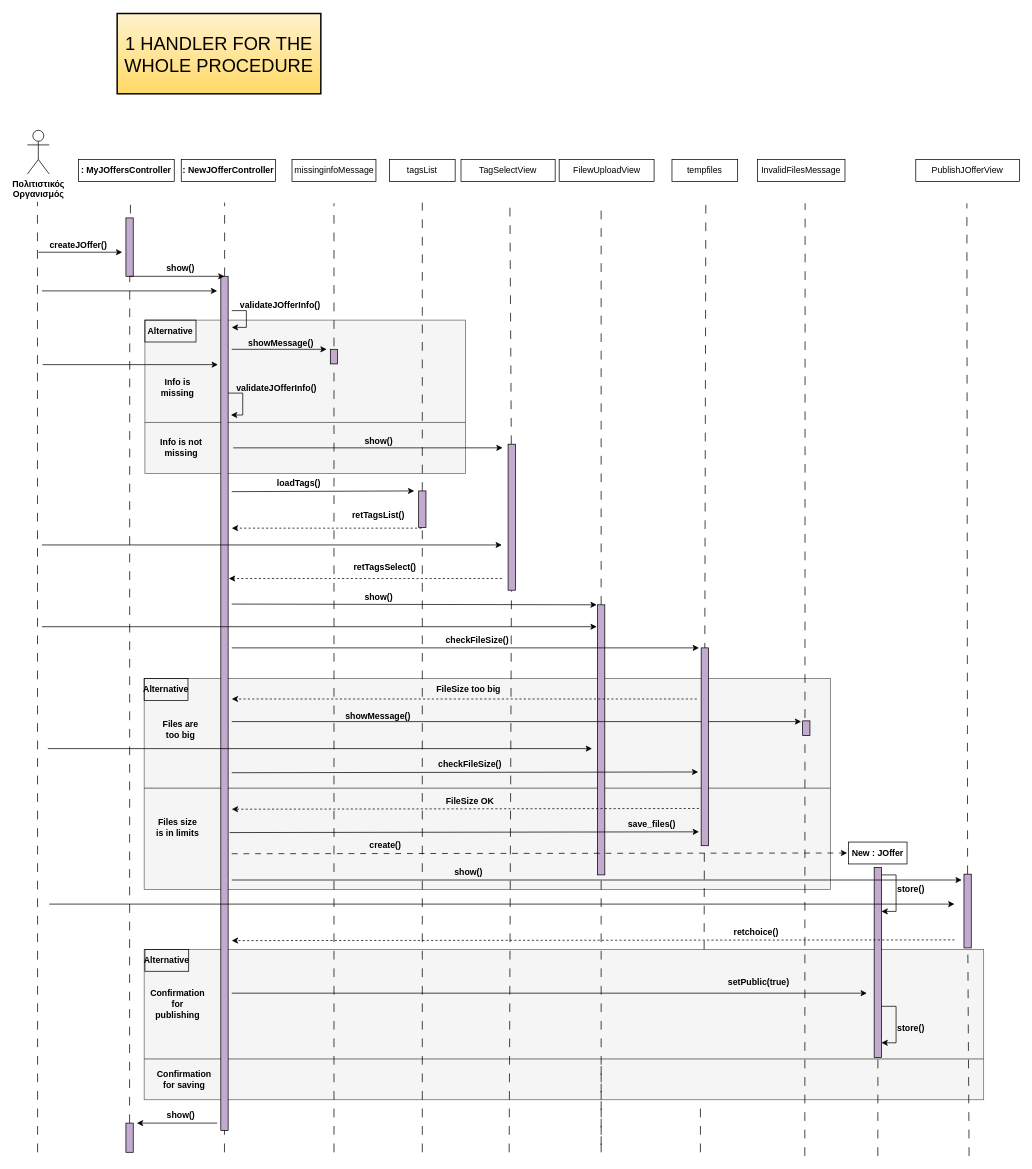
sfikastheo/CEID-SoftwareEngineering-2023 keeps this draw.io diagram as page "Page-2" (2 of 2) of Phase-5/TempFiles/Diagrams/JobOffers_Sequence_v1.drawio. Above is the earlier version. Source tidied: cells renumbered, new cells numbered last; positions are measured from the earlier drawing's top-left corner, leaving out a move shared by most shapes. Both pictures are drawn from the tidied source at 73%, with x=0, y=0 at pixel (27, 13).
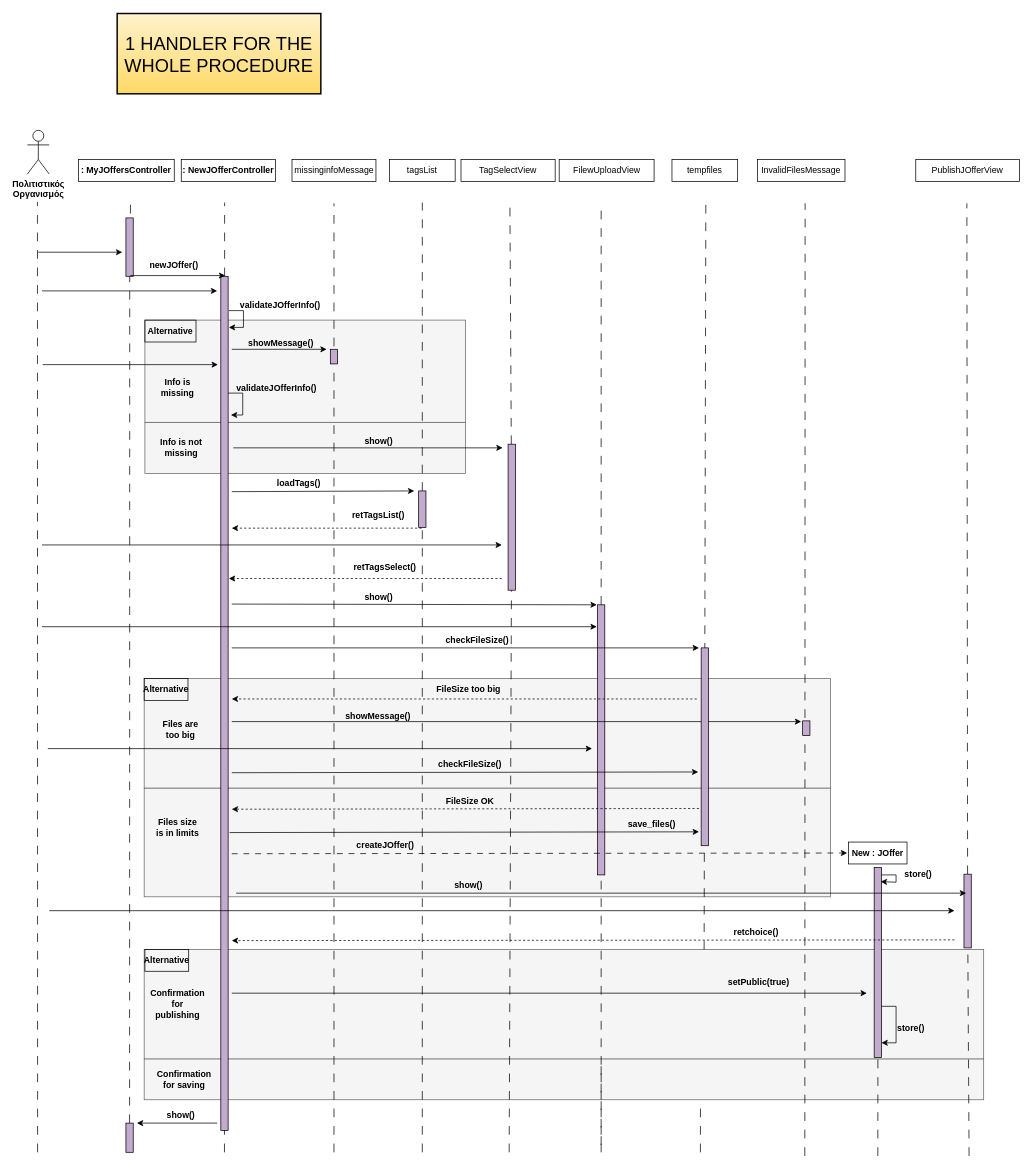
The same page after the edit.

The change refers to these unchanged cells:
```xml
<mxCell id="29" style="rounded=0;whiteSpace=wrap;html=1;fillColor=#C3ABD0;strokeColor=#000000;" parent="1" vertex="1">
  <mxGeometry x="1160" y="1170" width="10" height="260" as="geometry" />
</mxCell>
```

Diff of the diagram source:
```diff
@@
     <mxCell id="2" style="rounded=0;whiteSpace=wrap;html=1;fillColor=#f5f5f5;fontColor=#333333;strokeColor=#666666;" parent="1" vertex="1">
-      <mxGeometry x="160" y="1061" width="940" height="139" as="geometry" />
+      <mxGeometry x="160" y="1061" width="940" height="149" as="geometry" />
     </mxCell>
@@
-    <mxCell id="12" value="createJOffer()" style="text;html=1;strokeColor=none;fillColor=none;align=center;verticalAlign=middle;whiteSpace=wrap;rounded=0;fontStyle=1;" parent="1" vertex="1">
-      <mxGeometry x="40" y="303" width="60" height="30" as="geometry" />
-    </mxCell>
@@
-    <mxCell id="17" value="show()" style="text;html=1;strokeColor=none;fillColor=none;align=center;verticalAlign=middle;whiteSpace=wrap;rounded=0;fontStyle=1;" parent="1" vertex="1">
-      <mxGeometry x="165" y="334" width="90" height="30" as="geometry" />
+    <mxCell id="17" value="newJOffer()" style="text;html=1;strokeColor=none;fillColor=none;align=center;verticalAlign=middle;whiteSpace=wrap;rounded=0;fontStyle=1;" parent="1" vertex="1">
+      <mxGeometry x="156" y="330" width="90" height="30" as="geometry" />
     </mxCell>
@@
     <mxCell id="19" style="endArrow=classic;html=1;rounded=0;entryX=0.5;entryY=0;entryDx=0;entryDy=0;" parent="1" edge="1">
       <mxGeometry relative="1" as="geometry">
-        <mxPoint x="140" y="360" as="sourcePoint" />
-        <mxPoint x="270" y="360" as="targetPoint" />
+        <mxPoint x="141" y="359" as="sourcePoint" />
+        <mxPoint x="271" y="359" as="targetPoint" />
       </mxGeometry>
     </mxCell>
@@
     <mxCell id="33" style="endArrow=classic;html=1;rounded=0;" parent="1" edge="1">
       <mxGeometry relative="1" as="geometry">
-        <mxPoint x="280" y="407" as="sourcePoint" />
-        <mxPoint x="280" y="430" as="targetPoint" />
+        <mxPoint x="276" y="407" as="sourcePoint" />
+        <mxPoint x="276" y="430" as="targetPoint" />
         <Array as="points">
-          <mxPoint x="300" y="407" />
-          <mxPoint x="300" y="430" />
+          <mxPoint x="296" y="407" />
+          <mxPoint x="296" y="430" />
         </Array>
       </mxGeometry>
     </mxCell>
@@
     <mxCell id="64" style="endArrow=classic;html=1;rounded=0;" parent="1" edge="1">
       <mxGeometry relative="1" as="geometry">
-        <mxPoint x="280" y="1187" as="sourcePoint" />
-        <mxPoint x="1280" y="1187" as="targetPoint" />
+        <mxPoint x="286" y="1205" as="sourcePoint" />
+        <mxPoint x="1286" y="1205" as="targetPoint" />
       </mxGeometry>
     </mxCell>
-    <mxCell id="65" value="create()" style="text;html=1;align=center;verticalAlign=middle;strokeColor=none;fillColor=none;fontStyle=1;spacing=0;" parent="1" vertex="1">
-      <mxGeometry x="460" y="1129" width="60" height="20" as="geometry" />
+    <mxCell id="65" value="createJOffer()" style="text;html=1;align=center;verticalAlign=middle;strokeColor=none;fillColor=none;fontStyle=1;spacing=0;" parent="1" vertex="1">
+      <mxGeometry x="440" y="1129" width="100" height="20" as="geometry" />
     </mxCell>
     <mxCell id="66" value="show()" style="text;html=1;align=center;verticalAlign=middle;strokeColor=none;fillColor=none;fontStyle=1;spacing=0;" parent="1" vertex="1">
-      <mxGeometry x="573.5" y="1167" width="60" height="20" as="geometry" />
+      <mxGeometry x="573.5" y="1185" width="60" height="20" as="geometry" />
     </mxCell>
     <mxCell id="67" style="endArrow=classic;html=1;" parent="1" edge="1">
       <mxGeometry relative="1" as="geometry">
-        <mxPoint x="30" y="1220" as="sourcePoint" />
-        <mxPoint x="1270" y="1220" as="targetPoint" />
+        <mxPoint x="30" y="1229" as="sourcePoint" />
+        <mxPoint x="1270" y="1229" as="targetPoint" />
       </mxGeometry>
     </mxCell>
@@
-    <mxCell id="107" style="endArrow=classic;html=1;rounded=0;" parent="1" edge="1">
+    <mxCell id="107" style="endArrow=classic;html=1;rounded=0;entryX=0.9;entryY=0.074;entryDx=0;entryDy=0;entryPerimeter=0;" parent="1" edge="1" target="29">
       <mxGeometry relative="1" as="geometry">
         <mxPoint x="1170" y="1180" as="sourcePoint" />
-        <mxPoint x="1170" y="1230" as="targetPoint" />
         <Array as="points">
           <mxPoint x="1190" y="1180" />
-          <mxPoint x="1190" y="1230" />
+          <mxPoint x="1190" y="1190" />
         </Array>
       </mxGeometry>
     </mxCell>
@@
     <mxCell id="109" value="store()" style="text;html=1;align=center;verticalAlign=middle;strokeColor=none;fillColor=none;fontStyle=1;spacing=0;" parent="1" vertex="1">
-      <mxGeometry x="1180" y="1190" width="60" height="20" as="geometry" />
+      <mxGeometry x="1190" y="1170" width="60" height="20" as="geometry" />
     </mxCell>
```
